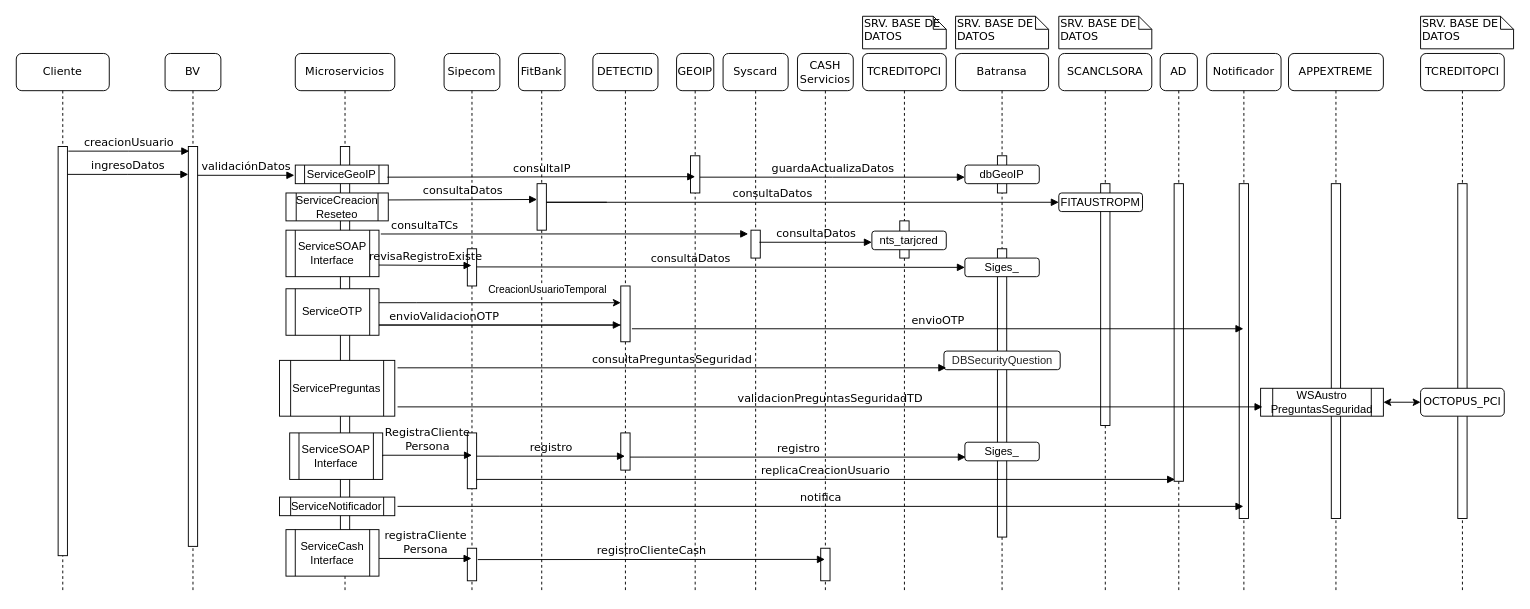
Before: page "DiagramaSeqCreacion ONLY EXTREME" (5 of 12) of CreateUsrBVDiagram.drawio in davidguillermofg/Diagrams, a draw.io diagram. Source tidied: cells renumbered, new cells numbered last; positions are measured from the earlier drawing's top-left corner, leaving out a move shared by most shapes. Both pictures are drawn from the tidied source at 93%, with x=0, y=0 at pixel (16, 16).
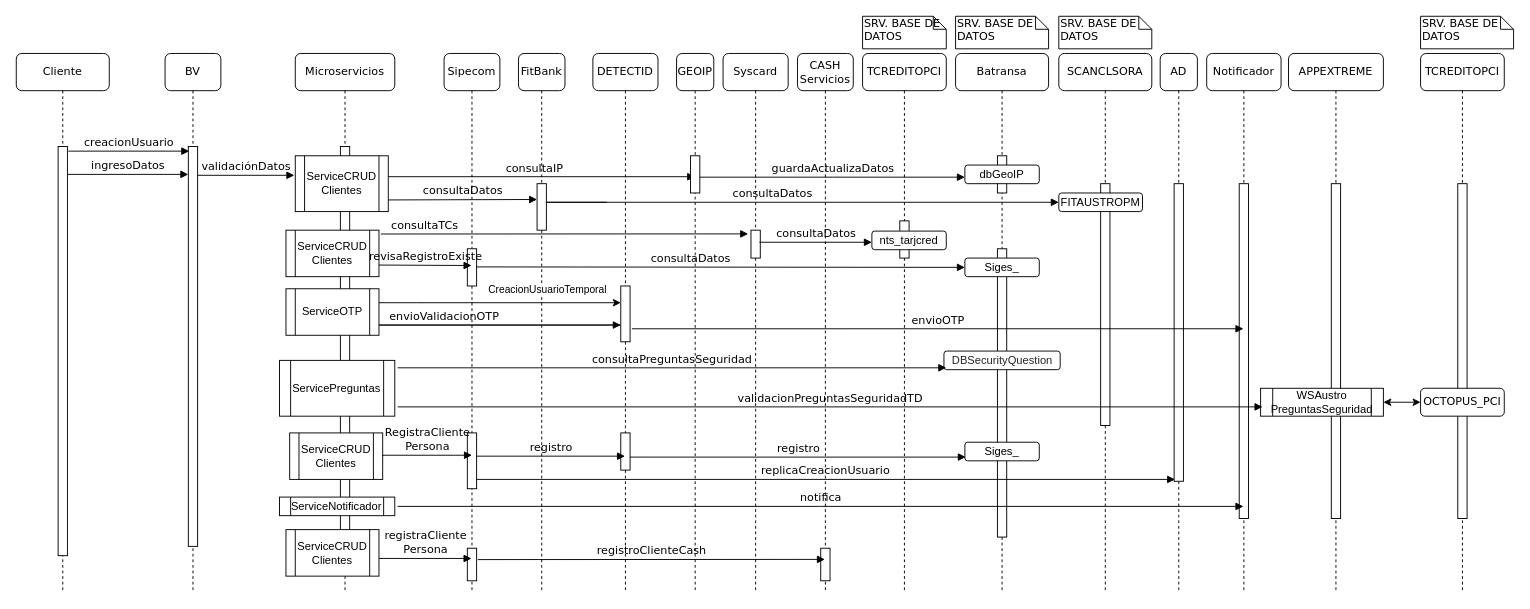
After the change.

Unchanged cells that the change refers to:
```xml
<mxCell id="4" value="Microservicios" style="shape=umlLifeline;perimeter=lifelinePerimeter;whiteSpace=wrap;html=1;rounded=1;shadow=0;comic=0;labelBackgroundColor=none;strokeWidth=1;fontFamily=Verdana;fontSize=12;align=center;" parent="1" vertex="1">
  <mxGeometry x="300" y="40" width="107" height="580" as="geometry" />
</mxCell>
```

What changed in the source:
```diff
@@
+    <mxCell id="47" value="consultaIP" style="html=1;verticalAlign=bottom;endArrow=block;labelBackgroundColor=none;fontFamily=Verdana;fontSize=12;edgeStyle=elbowEdgeStyle;elbow=vertical;rounded=0;exitX=0.99;exitY=0.65;exitDx=0;exitDy=0;exitPerimeter=0;" parent="1" edge="1" source="7">
+      <mxGeometry relative="1" as="geometry">
+        <mxPoint x="730" y="173" as="targetPoint" />
+        <Array as="points">
+          <mxPoint x="360" y="172.5" />
+        </Array>
+      </mxGeometry>
+    </mxCell>
@@
-    <mxCell id="6" value="ServiceCreacion&lt;br&gt;Reseteo" style="shape=process;whiteSpace=wrap;html=1;backgroundOutline=1;" parent="4" vertex="1">
-      <mxGeometry x="-10" y="150" width="110" height="30" as="geometry" />
-    </mxCell>
-    <mxCell id="7" value="&lt;span&gt;ServiceGeoIP&lt;/span&gt;" style="shape=process;whiteSpace=wrap;html=1;backgroundOutline=1;" parent="4" vertex="1">
-      <mxGeometry y="120" width="100" height="20" as="geometry" />
+    <mxCell id="7" value="ServiceCRUD&lt;br&gt;Clientes" style="shape=process;whiteSpace=wrap;html=1;backgroundOutline=1;" parent="4" vertex="1">
+      <mxGeometry y="110" width="100" height="60" as="geometry" />
     </mxCell>
-    <mxCell id="8" value="ServiceSOAP&lt;br&gt;Interface" style="shape=process;whiteSpace=wrap;html=1;backgroundOutline=1;" parent="4" vertex="1">
+    <mxCell id="8" value="ServiceCRUD&lt;br&gt;Clientes" style="shape=process;whiteSpace=wrap;html=1;backgroundOutline=1;" parent="4" vertex="1">
       <mxGeometry x="-10" y="190" width="100" height="50" as="geometry" />
     </mxCell>
@@
-    <mxCell id="47" value="consultaIP" style="html=1;verticalAlign=bottom;endArrow=block;labelBackgroundColor=none;fontFamily=Verdana;fontSize=12;edgeStyle=elbowEdgeStyle;elbow=vertical;rounded=0;exitX=0.99;exitY=0.65;exitDx=0;exitDy=0;exitPerimeter=0;" parent="1" edge="1" source="7">
-      <mxGeometry relative="1" as="geometry">
-        <mxPoint x="730" y="173" as="targetPoint" />
-        <Array as="points">
-          <mxPoint x="360" y="172.5" />
-        </Array>
-      </mxGeometry>
-    </mxCell>
-    <mxCell id="48" value="consultaDatos" style="html=1;verticalAlign=bottom;endArrow=block;labelBackgroundColor=none;fontFamily=Verdana;fontSize=12;edgeStyle=elbowEdgeStyle;elbow=vertical;rounded=0;exitX=1;exitY=0.25;exitDx=0;exitDy=0;" parent="1" edge="1" source="6">
+    <mxCell id="48" value="consultaDatos" style="html=1;verticalAlign=bottom;endArrow=block;labelBackgroundColor=none;fontFamily=Verdana;fontSize=12;edgeStyle=elbowEdgeStyle;elbow=vertical;rounded=0;exitX=1;exitY=0.25;exitDx=0;exitDy=0;" parent="1" edge="1">
       <mxGeometry relative="1" as="geometry">
+        <mxPoint x="400" y="197.5" as="sourcePoint" />
         <mxPoint x="560" y="197" as="targetPoint" />
       </mxGeometry>
     </mxCell>
@@
-    <mxCell id="68" value="ServiceCash&lt;br&gt;Interface" style="shape=process;whiteSpace=wrap;html=1;backgroundOutline=1;" parent="1" vertex="1">
+    <mxCell id="68" value="ServiceCRUD&lt;br&gt;Clientes" style="shape=process;whiteSpace=wrap;html=1;backgroundOutline=1;" parent="1" vertex="1">
       <mxGeometry x="290" y="552" width="100" height="50" as="geometry" />
     </mxCell>
@@
-    <mxCell id="75" value="ServiceSOAP&lt;br&gt;Interface" style="shape=process;whiteSpace=wrap;html=1;backgroundOutline=1;" parent="1" vertex="1">
+    <mxCell id="75" value="ServiceCRUD&lt;br&gt;Clientes" style="shape=process;whiteSpace=wrap;html=1;backgroundOutline=1;" parent="1" vertex="1">
       <mxGeometry x="294" y="448" width="100" height="50" as="geometry" />
     </mxCell>
```
